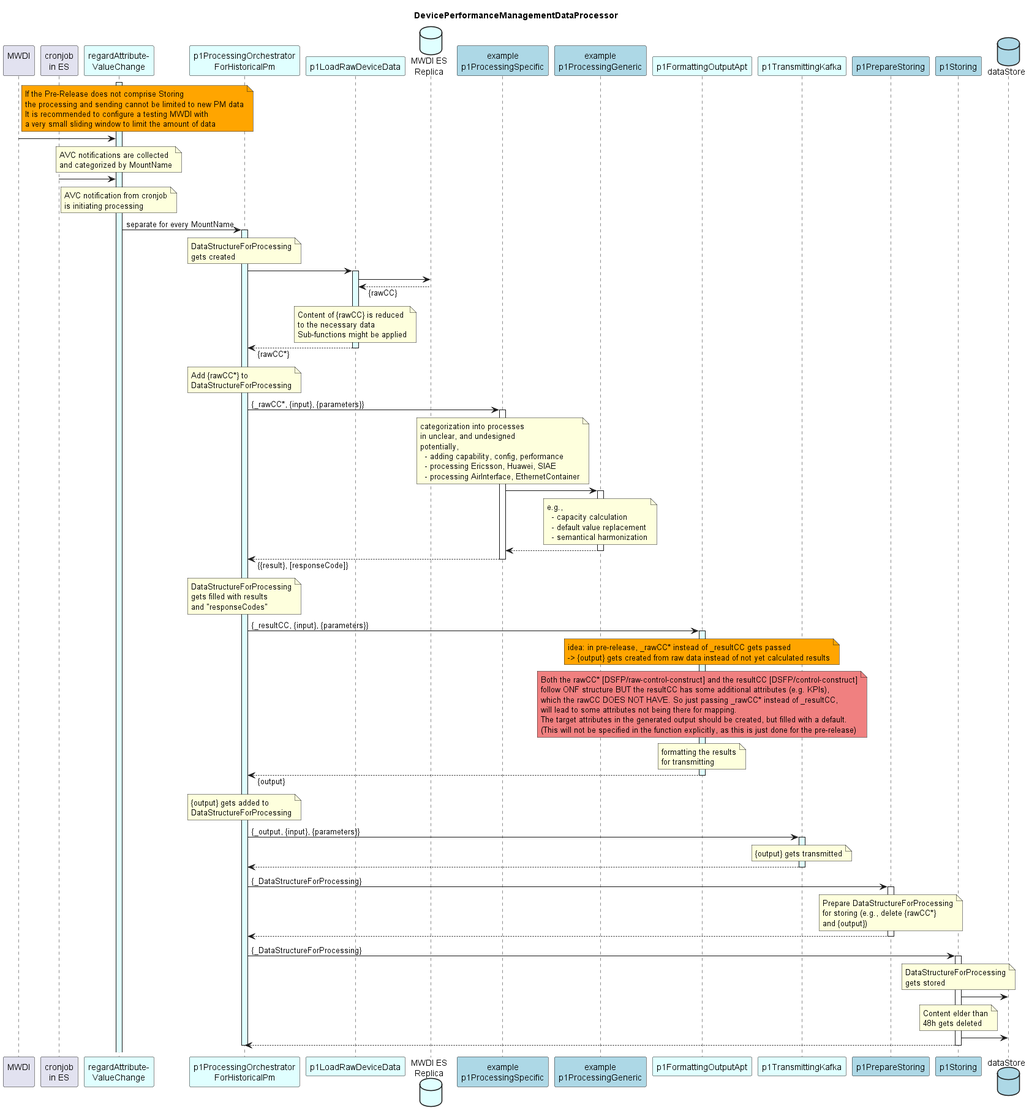
Before: spec/diagrams/highlevelOverview/00_hl_overview.png, a diagram exported from PlantUML (openBackhaul/DevicePerformanceManagementDataProcessor).
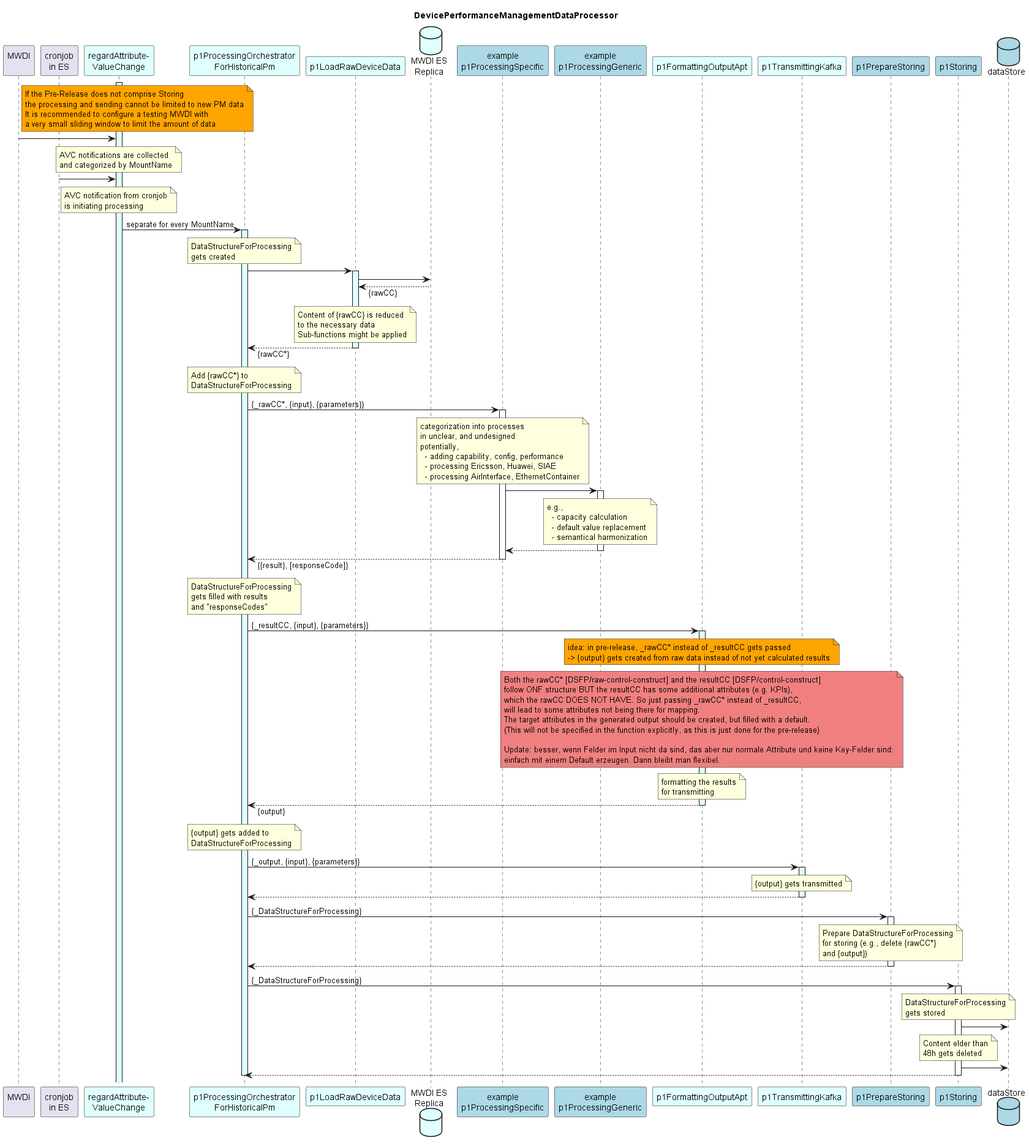
The same file after the commit.

What changed in the source:
```diff
@@ -121,6 +121,9 @@
       will lead to some attributes not being there for mapping.
       The target attributes in the generated output should be created, but filled with a default.
       (This will not be specified in the function explicitly, as this is just done for the pre-release)
+
+      Update: besser, wenn Felder im Input nicht da sind, das aber nur normale Attribute und keine Key-Felder sind:
+      einfach mit einem Default erzeugen. Dann bleibt man flexibel.
     end note
 
     note over p1Output
```
